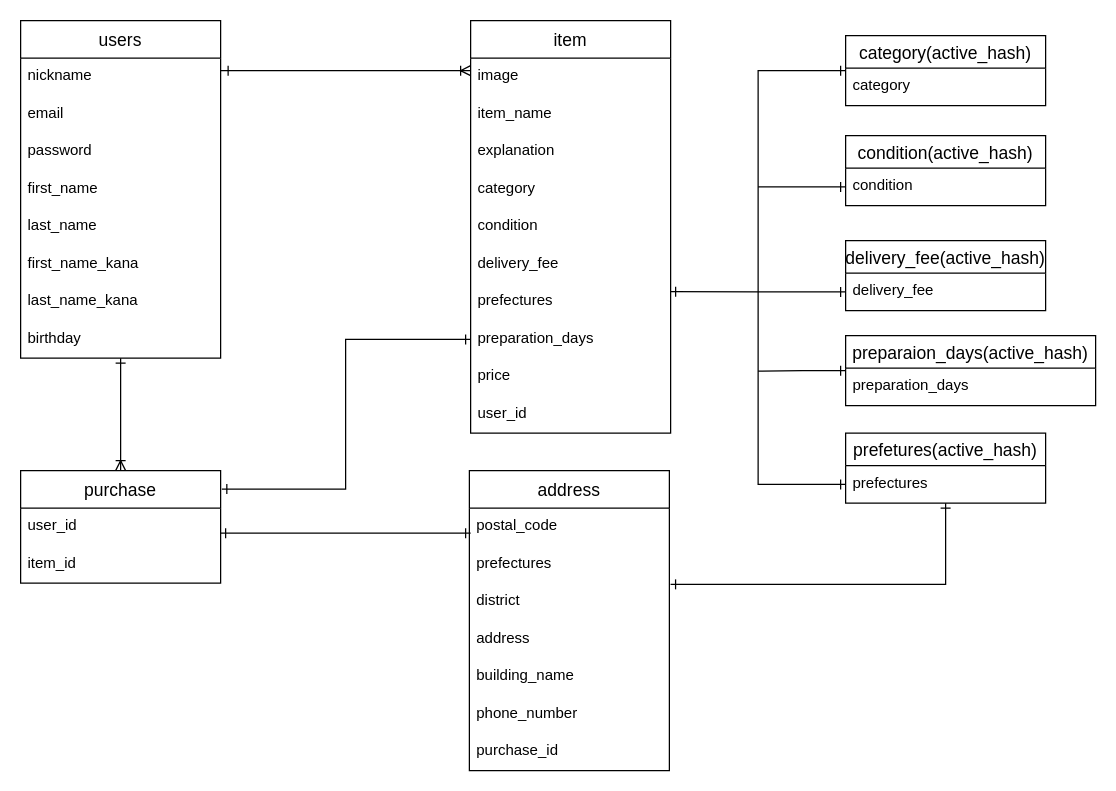
Earlier version of the draw.io diagram database.dio (GitHayato/furima-31913). Source tidied: cells renumbered, new cells numbered last; positions are measured from the earlier drawing's top-left corner, leaving out a move shared by most shapes. Both pictures are drawn from the tidied source at 125%, with x=0, y=0 at pixel (20, 20).
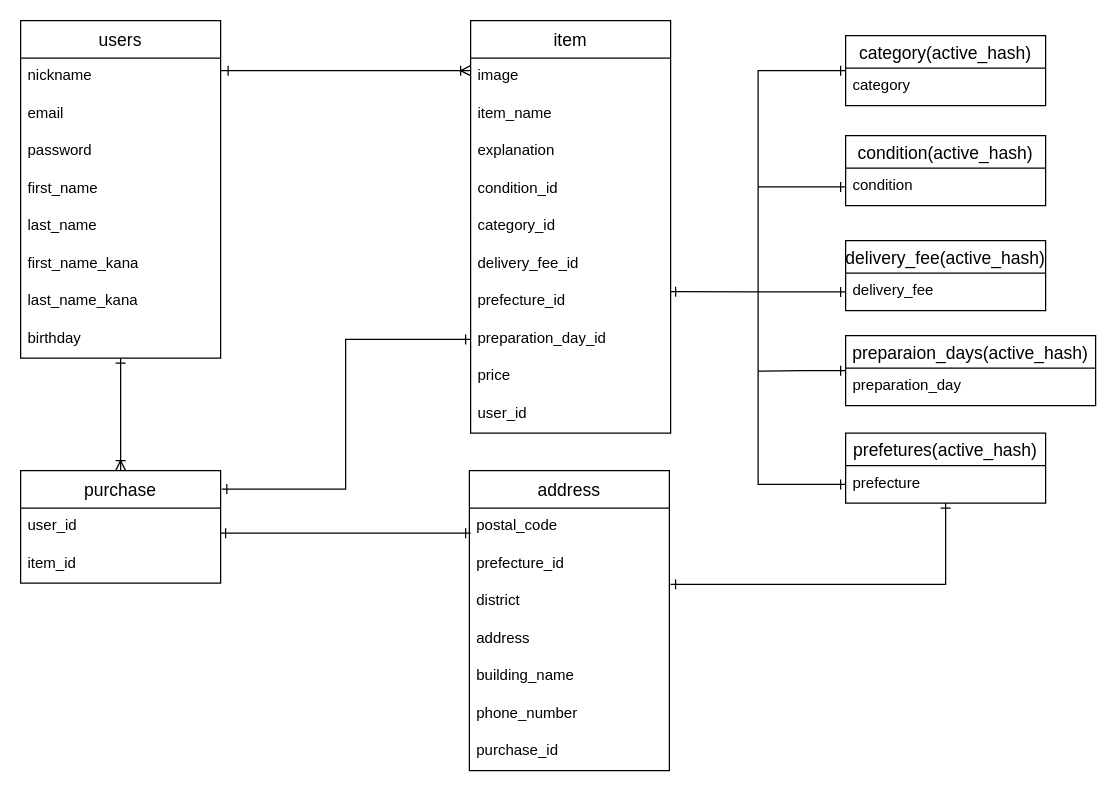
The same page after the edit.

The change refers to these unchanged cells:
```xml
<mxCell id="12" value="item" style="swimlane;fontStyle=0;horizontal=1;startSize=30;align=center;fontSize=14;" parent="1" vertex="1">
  <mxGeometry x="360" width="160" height="330" as="geometry" />
</mxCell>
<mxCell id="26" value="address" style="swimlane;fontStyle=0;horizontal=1;startSize=30;align=center;fontSize=14;" parent="1" vertex="1">
  <mxGeometry x="359" y="360" width="160" height="240" as="geometry" />
</mxCell>
<mxCell id="44" value="prefetures(active_hash)" style="swimlane;fontStyle=0;horizontal=1;startSize=26;align=center;fontSize=14;" parent="1" vertex="1">
  <mxGeometry x="660" y="330" width="160" height="56" as="geometry" />
</mxCell>
<mxCell id="47" value="preparaion_days(active_hash)" style="swimlane;fontStyle=0;horizontal=1;startSize=26;align=center;fontSize=14;" parent="1" vertex="1">
  <mxGeometry x="660" y="252" width="200" height="56" as="geometry" />
</mxCell>
```

What changed in the source:
```diff
@@
+    <mxCell id="17" value="condition_id" style="text;strokeColor=none;fillColor=none;spacingLeft=4;spacingRight=4;overflow=hidden;fontSize=12;" parent="12" vertex="1">
+      <mxGeometry y="120" width="160" height="30" as="geometry" />
+    </mxCell>
-    <mxCell id="16" value="category" style="text;strokeColor=none;fillColor=none;spacingLeft=4;spacingRight=4;overflow=hidden;fontSize=12;" parent="12" vertex="1">
-      <mxGeometry y="120" width="160" height="30" as="geometry" />
+    <mxCell id="16" value="category_id" style="text;strokeColor=none;fillColor=none;spacingLeft=4;spacingRight=4;overflow=hidden;fontSize=12;" parent="12" vertex="1">
+      <mxGeometry y="150" width="160" height="30" as="geometry" />
     </mxCell>
-    <mxCell id="17" value="condition" style="text;strokeColor=none;fillColor=none;spacingLeft=4;spacingRight=4;overflow=hidden;fontSize=12;" parent="12" vertex="1">
-      <mxGeometry y="150" width="160" height="30" as="geometry" />
-    </mxCell>
-    <mxCell id="18" value="delivery_fee" style="text;strokeColor=none;fillColor=none;spacingLeft=4;spacingRight=4;overflow=hidden;fontSize=12;" parent="12" vertex="1">
+    <mxCell id="18" value="delivery_fee_id" style="text;strokeColor=none;fillColor=none;spacingLeft=4;spacingRight=4;overflow=hidden;fontSize=12;" parent="12" vertex="1">
       <mxGeometry y="180" width="160" height="30" as="geometry" />
     </mxCell>
-    <mxCell id="19" value="prefectures" style="text;strokeColor=none;fillColor=none;spacingLeft=4;spacingRight=4;overflow=hidden;points=[[0,0.5],[1,0.5]];portConstraint=eastwest;fontSize=12;" parent="12" vertex="1">
+    <mxCell id="19" value="prefecture_id" style="text;strokeColor=none;fillColor=none;spacingLeft=4;spacingRight=4;overflow=hidden;points=[[0,0.5],[1,0.5]];portConstraint=eastwest;fontSize=12;" parent="12" vertex="1">
       <mxGeometry y="210" width="160" height="30" as="geometry" />
     </mxCell>
-    <mxCell id="20" value="preparation_days" style="text;strokeColor=none;fillColor=none;spacingLeft=4;spacingRight=4;overflow=hidden;points=[[0,0.5],[1,0.5]];portConstraint=eastwest;fontSize=12;" parent="12" vertex="1">
+    <mxCell id="20" value="preparation_day_id" style="text;strokeColor=none;fillColor=none;spacingLeft=4;spacingRight=4;overflow=hidden;points=[[0,0.5],[1,0.5]];portConstraint=eastwest;fontSize=12;" parent="12" vertex="1">
       <mxGeometry y="240" width="160" height="30" as="geometry" />
     </mxCell>
@@
-    <mxCell id="28" value="prefectures" style="text;strokeColor=none;fillColor=none;spacingLeft=4;spacingRight=4;overflow=hidden;fontSize=12;" parent="26" vertex="1">
+    <mxCell id="28" value="prefecture_id" style="text;strokeColor=none;fillColor=none;spacingLeft=4;spacingRight=4;overflow=hidden;fontSize=12;" parent="26" vertex="1">
       <mxGeometry y="60" width="160" height="30" as="geometry" />
     </mxCell>
@@
-    <mxCell id="45" value="prefectures" style="text;strokeColor=none;fillColor=none;spacingLeft=4;spacingRight=4;overflow=hidden;points=[[0,0.5],[1,0.5]];portConstraint=eastwest;fontSize=12;" parent="44" vertex="1">
+    <mxCell id="45" value="prefecture" style="text;strokeColor=none;fillColor=none;spacingLeft=4;spacingRight=4;overflow=hidden;points=[[0,0.5],[1,0.5]];portConstraint=eastwest;fontSize=12;" parent="44" vertex="1">
       <mxGeometry y="26" width="160" height="30" as="geometry" />
     </mxCell>
@@
-    <mxCell id="48" value="preparation_days" style="text;strokeColor=none;fillColor=none;spacingLeft=4;spacingRight=4;overflow=hidden;fontSize=12;" parent="47" vertex="1">
+    <mxCell id="48" value="preparation_day" style="text;strokeColor=none;fillColor=none;spacingLeft=4;spacingRight=4;overflow=hidden;fontSize=12;" parent="47" vertex="1">
       <mxGeometry y="26" width="200" height="30" as="geometry" />
     </mxCell>
```
